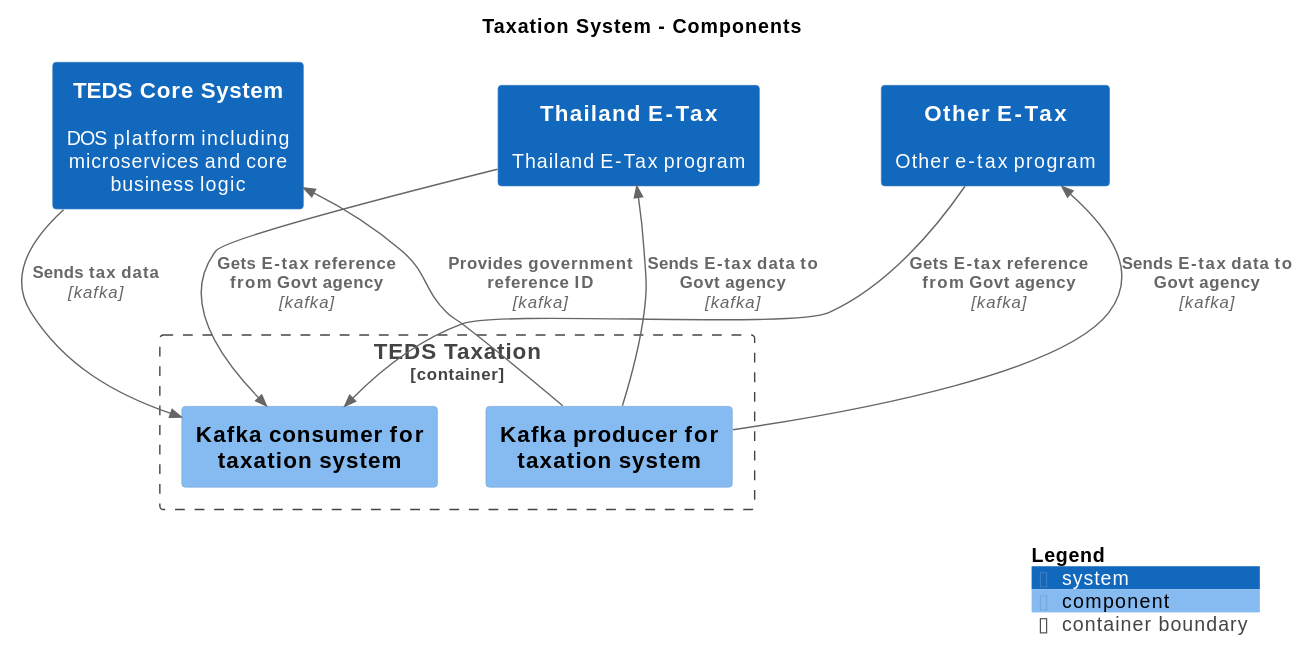
This is main/svg/Level3_taxation_Components.svg from kzsahay/teds, a PlantUML export, as it was before one commit. Its source is kept beside it as main/puml/Level3_taxation_Components.puml. Source of this version:
```plantuml
@startuml
set separator none
title Taxation System – Components

top to bottom direction

!include <C4/C4>
!include <C4/C4_Context>
!include <C4/C4_Component>

System(TEDSCoreSystem, "TEDS Core System", $descr="DOS platform including microservices and core business logic", $tags="", $link="")
System(ThailandETax, "Thailand E-Tax", $descr="Thailand E-Tax program", $tags="", $link="")
System(OtherETax, "Other E-Tax", $descr="Other e-tax program", $tags="", $link="")

Container_Boundary("ETax.TEDSTaxation_boundary", "TEDS Taxation", $tags="") {
  Component(ETax.TEDSTaxation.Kafkaproducerfortaxationsystem, "Kafka producer for taxation system", $techn="", $descr="", $tags="", $link="")
  Component(ETax.TEDSTaxation.Kafkaconsumerfortaxationsystem, "Kafka consumer for taxation system", $techn="", $descr="", $tags="", $link="")
}

Rel(TEDSCoreSystem, ETax.TEDSTaxation.Kafkaconsumerfortaxationsystem, "Sends tax data", $techn="kafka", $tags="", $link="")
Rel(ETax.TEDSTaxation.Kafkaproducerfortaxationsystem, ThailandETax, "Sends E-tax data to Govt agency", $techn="kafka", $tags="", $link="")
Rel(ETax.TEDSTaxation.Kafkaproducerfortaxationsystem, OtherETax, "Sends E-tax data to Govt agency", $techn="kafka", $tags="", $link="")
Rel(ThailandETax, ETax.TEDSTaxation.Kafkaconsumerfortaxationsystem, "Gets E-tax reference from Govt agency", $techn="kafka", $tags="", $link="")
Rel(OtherETax, ETax.TEDSTaxation.Kafkaconsumerfortaxationsystem, "Gets E-tax reference from Govt agency", $techn="kafka", $tags="", $link="")
Rel(ETax.TEDSTaxation.Kafkaproducerfortaxationsystem, TEDSCoreSystem, "Provides government reference ID", $techn="kafka", $tags="", $link="")

SHOW_LEGEND(true)
@enduml
```
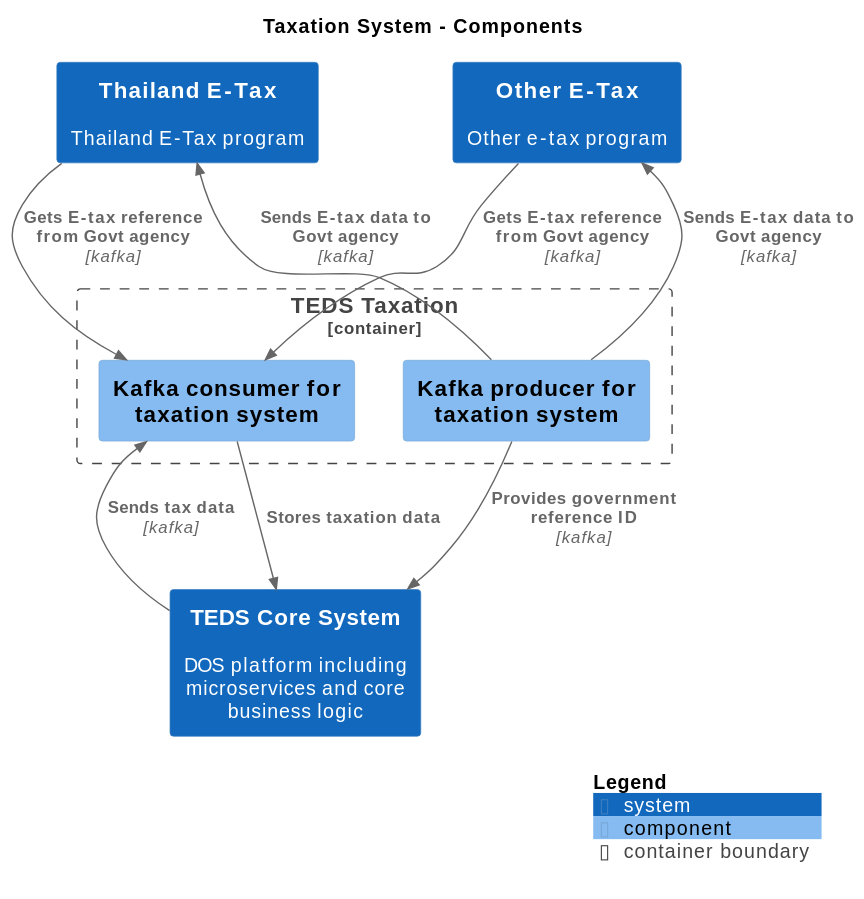
The same diagram one commit later.

Diff of the diagram source:
```diff
@@ -22,6 +22,7 @@
 Rel(ETax.TEDSTaxation.Kafkaproducerfortaxationsystem, OtherETax, "Sends E-tax data to Govt agency", $techn="kafka", $tags="", $link="")
 Rel(ThailandETax, ETax.TEDSTaxation.Kafkaconsumerfortaxationsystem, "Gets E-tax reference from Govt agency", $techn="kafka", $tags="", $link="")
 Rel(OtherETax, ETax.TEDSTaxation.Kafkaconsumerfortaxationsystem, "Gets E-tax reference from Govt agency", $techn="kafka", $tags="", $link="")
+Rel(ETax.TEDSTaxation.Kafkaconsumerfortaxationsystem, TEDSCoreSystem, "Stores taxation data", $techn="", $tags="", $link="")
 Rel(ETax.TEDSTaxation.Kafkaproducerfortaxationsystem, TEDSCoreSystem, "Provides government reference ID", $techn="kafka", $tags="", $link="")
 
 SHOW_LEGEND(true)
```
